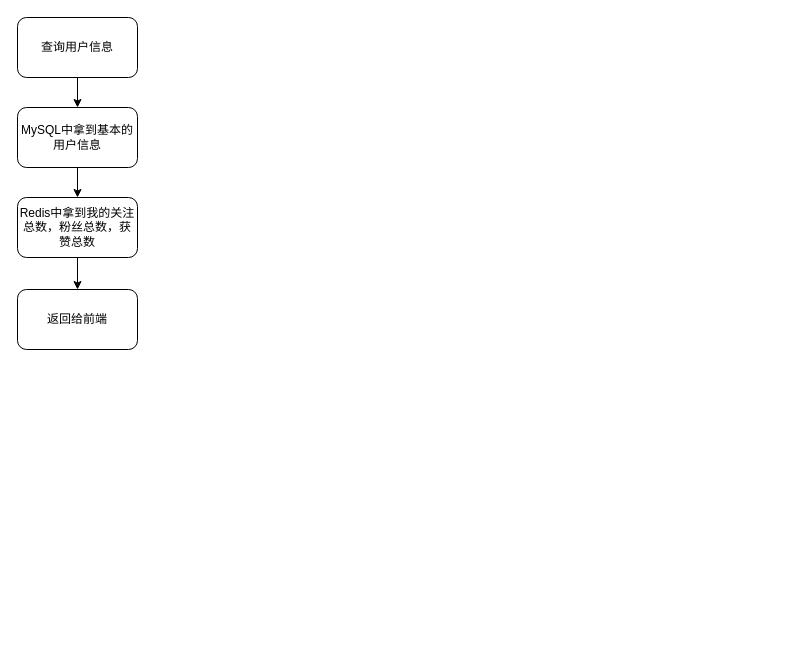
Before: 用户模块.drawio in lee11xx/picgo-img, a draw.io diagram. Source tidied: cells renumbered, new cells numbered last; positions are measured from the earlier drawing's top-left corner, leaving out a move shared by most shapes. Both pictures are drawn from the tidied source at 100%, with x=0, y=0 at pixel (17, 17).
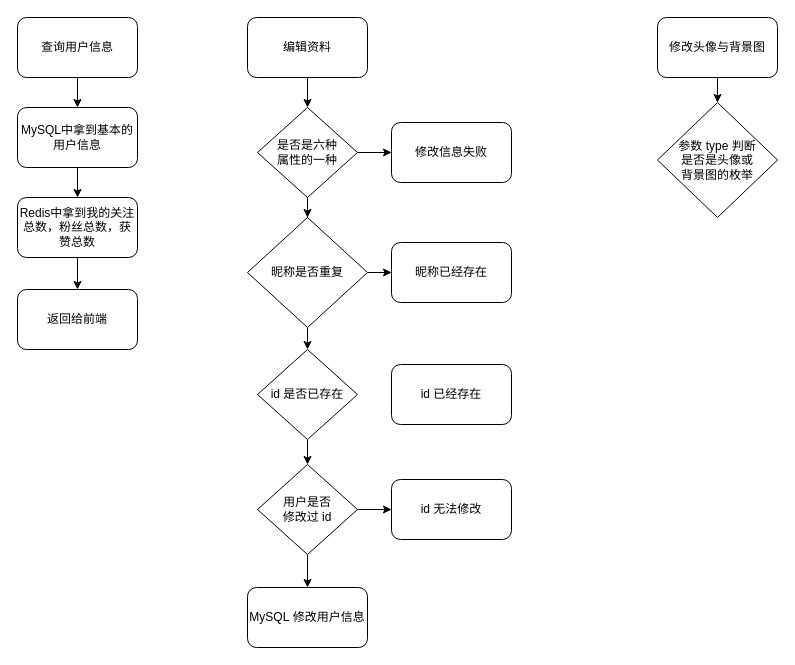
Above is the later version.

Commit message (it also covers changes not shown here):
更新用户模块.drawio

What changed in the source:
```diff
@@
+    <mxCell id="9" style="edgeStyle=orthogonalEdgeStyle;rounded=0;jettySize=auto;html=1;" parent="1" edge="1" source="10" target="13">
+      <mxGeometry relative="1" as="geometry" />
+    </mxCell>
+    <mxCell id="10" value="编辑资料" style="rounded=1;whiteSpace=wrap;html=1;" parent="1" vertex="1">
+      <mxGeometry x="230" width="120" height="60" as="geometry" />
+    </mxCell>
+    <mxCell id="11" style="edgeStyle=orthogonalEdgeStyle;rounded=0;jettySize=auto;html=1;" parent="1" edge="1" source="13" target="14">
+      <mxGeometry relative="1" as="geometry" />
+    </mxCell>
+    <mxCell id="12" style="edgeStyle=orthogonalEdgeStyle;rounded=0;jettySize=auto;html=1;" parent="1" edge="1" source="13" target="17">
+      <mxGeometry relative="1" as="geometry" />
+    </mxCell>
+    <mxCell id="13" value="是否是六种&lt;br&gt;属性的一种" style="rhombus;whiteSpace=wrap;html=1;" parent="1" vertex="1">
+      <mxGeometry x="240" y="90" width="100" height="90" as="geometry" />
+    </mxCell>
+    <mxCell id="14" value="修改信息失败" style="rounded=1;whiteSpace=wrap;html=1;" parent="1" vertex="1">
+      <mxGeometry x="374" y="105" width="120" height="60" as="geometry" />
+    </mxCell>
+    <mxCell id="15" style="edgeStyle=orthogonalEdgeStyle;rounded=0;jettySize=auto;html=1;" parent="1" edge="1" source="17" target="18">
+      <mxGeometry relative="1" as="geometry" />
+    </mxCell>
+    <mxCell id="16" style="edgeStyle=orthogonalEdgeStyle;rounded=0;jettySize=auto;html=1;" parent="1" edge="1" source="17" target="20">
+      <mxGeometry relative="1" as="geometry" />
+    </mxCell>
+    <mxCell id="17" value="昵称是否重复" style="rhombus;whiteSpace=wrap;html=1;" parent="1" vertex="1">
+      <mxGeometry x="230" y="200" width="120" height="110" as="geometry" />
+    </mxCell>
+    <mxCell id="18" value="昵称已经存在" style="rounded=1;whiteSpace=wrap;html=1;" parent="1" vertex="1">
+      <mxGeometry x="374" y="225" width="120" height="60" as="geometry" />
+    </mxCell>
+    <mxCell id="19" style="edgeStyle=orthogonalEdgeStyle;rounded=0;jettySize=auto;html=1;" parent="1" edge="1" source="20" target="24">
+      <mxGeometry relative="1" as="geometry" />
+    </mxCell>
+    <mxCell id="20" value="id&amp;nbsp;是否已存在" style="rhombus;whiteSpace=wrap;html=1;" parent="1" vertex="1">
+      <mxGeometry x="240" y="332" width="100" height="90" as="geometry" />
+    </mxCell>
+    <mxCell id="21" value="id 已经存在" style="rounded=1;whiteSpace=wrap;html=1;" parent="1" vertex="1">
+      <mxGeometry x="374" y="347" width="120" height="60" as="geometry" />
+    </mxCell>
+    <mxCell id="22" style="edgeStyle=orthogonalEdgeStyle;rounded=0;jettySize=auto;html=1;" parent="1" edge="1" source="24" target="25">
+      <mxGeometry relative="1" as="geometry" />
+    </mxCell>
+    <mxCell id="23" style="edgeStyle=orthogonalEdgeStyle;rounded=0;jettySize=auto;html=1;" parent="1" edge="1" source="24" target="26">
+      <mxGeometry relative="1" as="geometry" />
+    </mxCell>
+    <mxCell id="24" value="用户是否&lt;br&gt;修改过 id" style="rhombus;whiteSpace=wrap;html=1;" parent="1" vertex="1">
+      <mxGeometry x="240" y="447" width="100" height="90" as="geometry" />
+    </mxCell>
+    <mxCell id="25" value="id&amp;nbsp;无法修改" style="rounded=1;whiteSpace=wrap;html=1;" parent="1" vertex="1">
+      <mxGeometry x="374" y="462" width="120" height="60" as="geometry" />
+    </mxCell>
+    <mxCell id="26" value="MySQL&amp;nbsp;修改用户信息" style="rounded=1;whiteSpace=wrap;html=1;" parent="1" vertex="1">
+      <mxGeometry x="230" y="570" width="120" height="60" as="geometry" />
+    </mxCell>
+    <mxCell id="27" style="edgeStyle=orthogonalEdgeStyle;rounded=0;jettySize=auto;html=1;" parent="1" edge="1" source="28" target="29">
+      <mxGeometry relative="1" as="geometry" />
+    </mxCell>
+    <mxCell id="28" value="修改头像与背景图" style="rounded=1;whiteSpace=wrap;html=1;" parent="1" vertex="1">
+      <mxGeometry x="640" width="120" height="60" as="geometry" />
+    </mxCell>
+    <mxCell id="29" value="参数&amp;nbsp;type&amp;nbsp;判断&lt;br&gt;是否是头像或&lt;br&gt;背景图的枚举" style="rhombus;whiteSpace=wrap;html=1;" parent="1" vertex="1">
+      <mxGeometry x="640" y="85" width="120" height="115" as="geometry" />
+    </mxCell>
```
